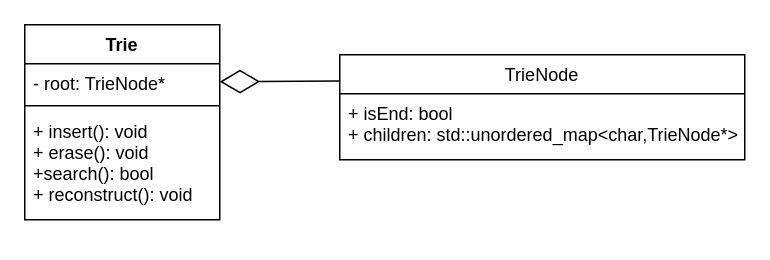
Earlier version of the draw.io diagram src/树形数据结构/Trie/doc/类图.drawio (LAN40-Git/Encapsulated-DataStructures-CPP). Source tidied: cells renumbered, new cells numbered last; positions are measured from the earlier drawing's top-left corner, leaving out a move shared by most shapes. Both pictures are drawn from the tidied source at 150%, with x=0, y=0 at pixel (24, 24).
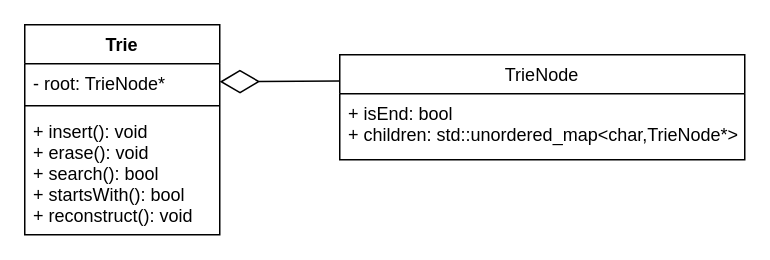
The same page after the edit.

Diff of the diagram source:
```diff
@@
 <mxGraphModel>
   <root>
     <mxCell id="0" />
     <mxCell id="1" parent="0" />
     <mxCell id="2" value="Trie" style="swimlane;fontStyle=1;align=center;verticalAlign=top;horizontal=1;startSize=26;" parent="1" vertex="1">
-      <mxGeometry width="130" height="130" as="geometry" />
+      <mxGeometry width="130" height="140" as="geometry" />
     </mxCell>
     <mxCell id="3" value="- root: TrieNode*" style="text;strokeColor=none;fillColor=none;align=left;verticalAlign=top;spacingLeft=4;spacingRight=4;overflow=hidden;points=[[0,0.5],[1,0.5]];portConstraint=eastwest;" parent="2" vertex="1">
       <mxGeometry y="26" width="130" height="24" as="geometry" />
     </mxCell>
     <mxCell id="4" style="line;strokeWidth=1;fillColor=none;align=left;verticalAlign=middle;spacingTop=-1;spacingLeft=3;spacingRight=3;labelPosition=right;strokeColor=inherit;" parent="2" vertex="1">
       <mxGeometry y="50" width="130" height="8" as="geometry" />
     </mxCell>
-    <mxCell id="5" value="+ insert(): void&#10;+ erase(): void&#10;+search(): bool&#10;+ reconstruct(): void" style="text;strokeColor=none;fillColor=none;align=left;verticalAlign=top;spacingLeft=4;spacingRight=4;overflow=hidden;" parent="2" vertex="1">
-      <mxGeometry y="58" width="130" height="72" as="geometry" />
+    <mxCell id="5" value="+ insert(): void&#10;+ erase(): void&#10;+ search(): bool&#10;+ startsWith(): bool&#10;+ reconstruct(): void" style="text;strokeColor=none;fillColor=none;align=left;verticalAlign=top;spacingLeft=4;spacingRight=4;overflow=hidden;" parent="2" vertex="1">
+      <mxGeometry y="58" width="130" height="82" as="geometry" />
     </mxCell>
     <mxCell id="6" style="endArrow=diamondThin;endFill=0;endSize=24;html=1;entryX=1;entryY=0.5;entryDx=0;entryDy=0;exitX=0;exitY=0.25;exitDx=0;exitDy=0;" parent="1" edge="1" source="7" target="3">
       <mxGeometry relative="1" as="geometry" />
     </mxCell>
     <mxCell id="7" value="TrieNode" style="swimlane;fontStyle=0;horizontal=1;startSize=26;fillColor=none;" parent="1" vertex="1">
       <mxGeometry x="210" y="20" width="270" height="70" as="geometry" />
     </mxCell>
     <mxCell id="8" value="+ isEnd: bool&#10;+ children: std::unordered_map&lt;char,TrieNode*&gt;" style="text;strokeColor=none;fillColor=none;align=left;verticalAlign=top;spacingLeft=4;spacingRight=4;overflow=hidden;" parent="7" vertex="1">
       <mxGeometry y="26" width="270" height="44" as="geometry" />
     </mxCell>
   </root>
 </mxGraphModel>
```
